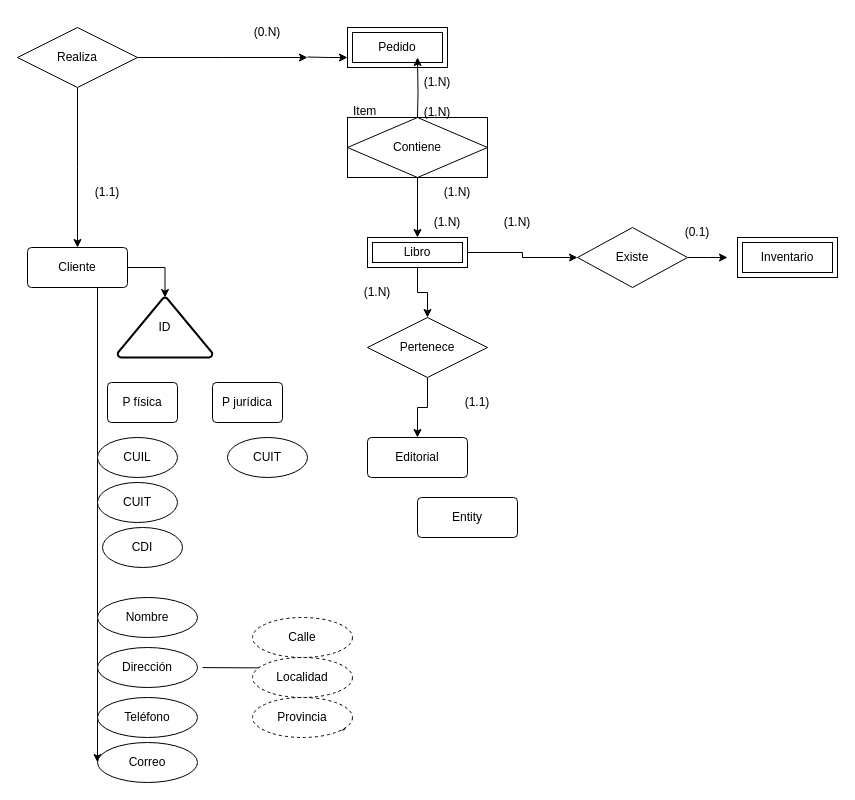
The draw.io diagram db/modelo.drawio in Sergio-Tolaba/ds_ej, before the edit. Source tidied: cells renumbered, new cells numbered last; positions are measured from the earlier drawing's top-left corner, leaving out a move shared by most shapes. Both pictures are drawn from the tidied source at 100%, with x=0, y=0 at pixel (17, 17).
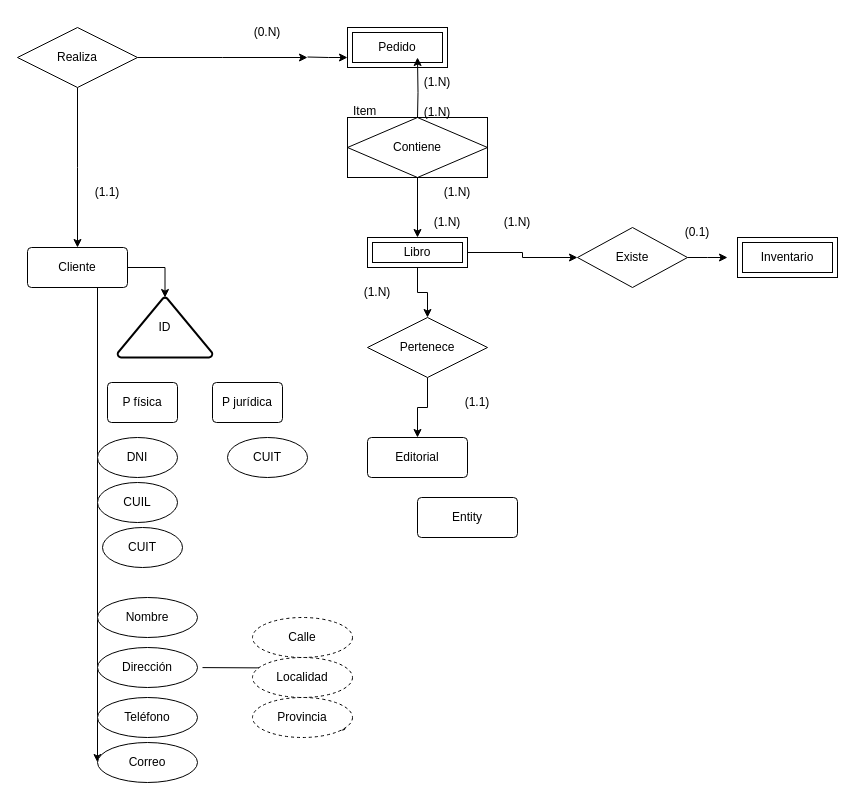
The same diagram, later.

Commit message:
DNI, CUIL, CUIT, CUIT modelo.drawio

Diff of the diagram source:
```diff
@@
-    <mxCell id="47" value="CUIL" style="ellipse;whiteSpace=wrap;html=1;align=center;" parent="1" vertex="1">
+    <mxCell id="47" value="DNI" style="ellipse;whiteSpace=wrap;html=1;align=center;" parent="1" vertex="1">
       <mxGeometry x="80" y="420" width="80" height="40" as="geometry" />
     </mxCell>
-    <mxCell id="48" value="CUIT" style="ellipse;whiteSpace=wrap;html=1;align=center;" parent="1" vertex="1">
+    <mxCell id="48" value="CUIL" style="ellipse;whiteSpace=wrap;html=1;align=center;" parent="1" vertex="1">
       <mxGeometry x="80" y="465" width="80" height="40" as="geometry" />
     </mxCell>
-    <mxCell id="49" value="CDI" style="ellipse;whiteSpace=wrap;html=1;align=center;" parent="1" vertex="1">
+    <mxCell id="49" value="CUIT" style="ellipse;whiteSpace=wrap;html=1;align=center;" parent="1" vertex="1">
       <mxGeometry x="85" y="510" width="80" height="40" as="geometry" />
     </mxCell>
```
